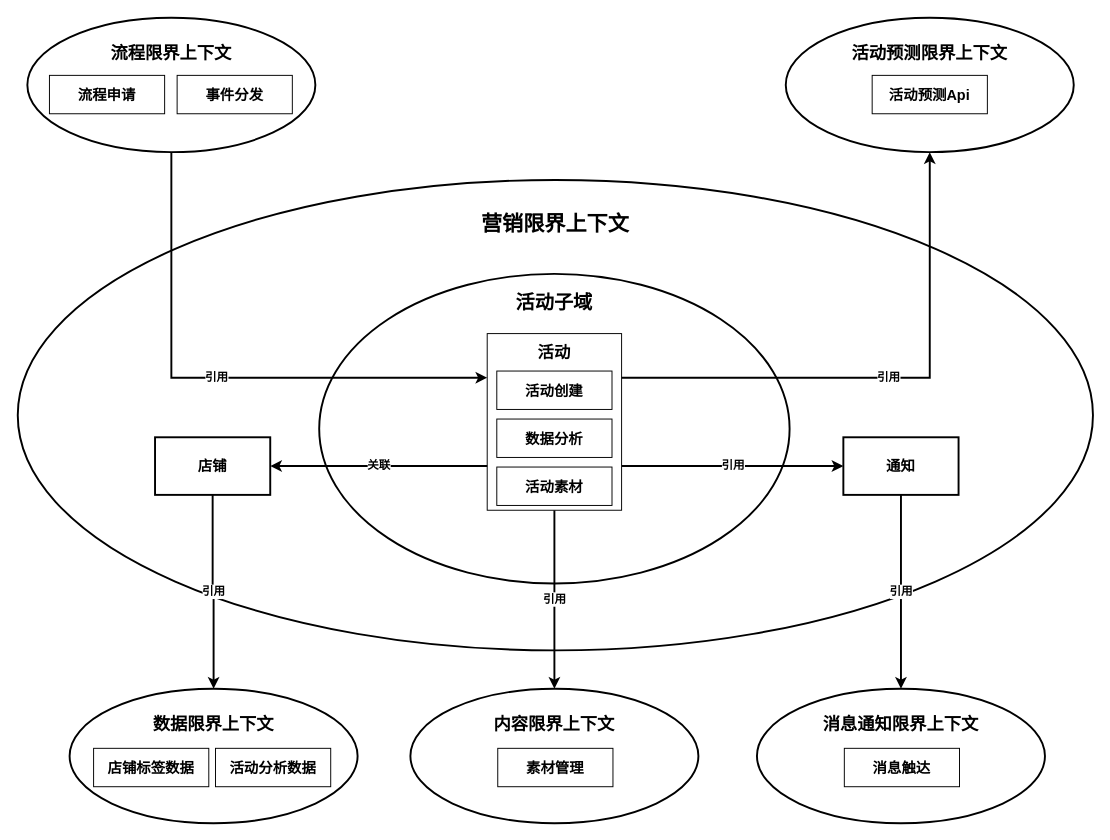
jackie-thank/beego-authz keeps this draw.io diagram as page "领域设计" (19 of 19) of Enterprise-Architecture.drawio. Above is the earlier version. Source tidied: cells renumbered, new cells numbered last; positions are measured from the earlier drawing's top-left corner, leaving out a move shared by most shapes. Both pictures are drawn from the tidied source at 96%, with x=0, y=0 at pixel (17, 17).
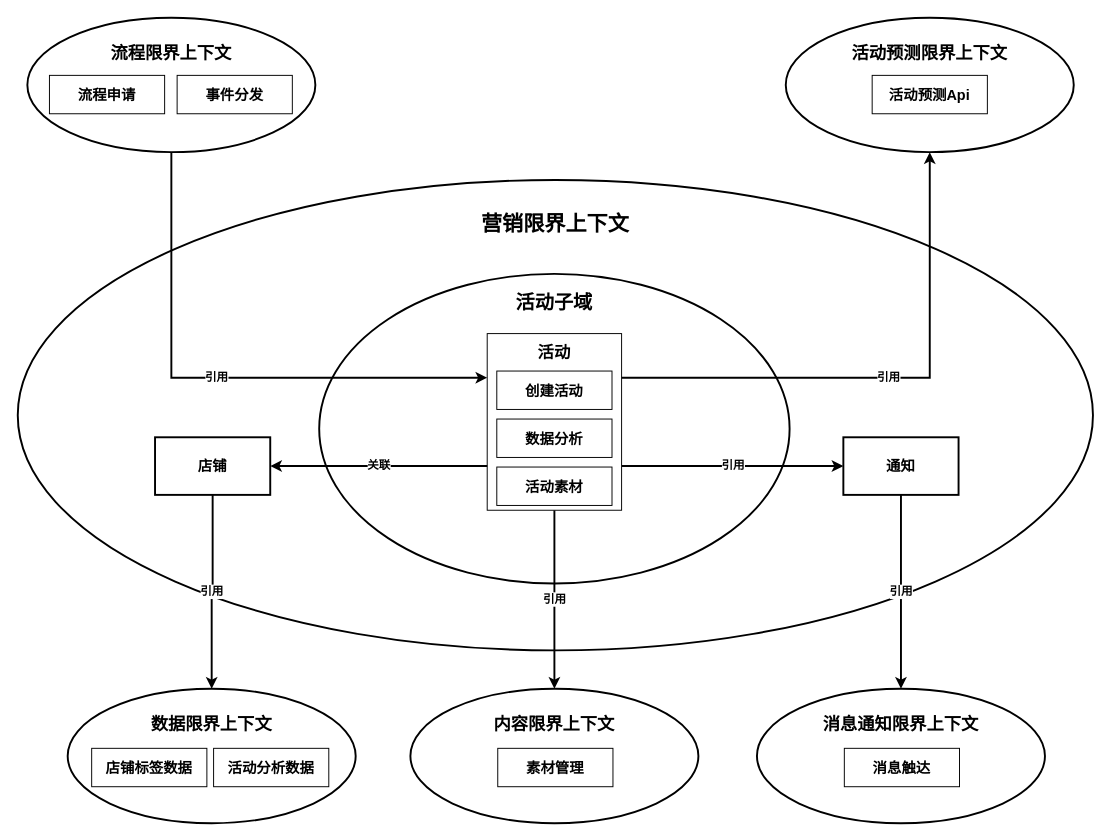
The same page after the edit.

Change to the diagram source:
```diff
@@
-    <mxCell id="16" value="活动创建" style="rounded=0;whiteSpace=wrap;html=1;fontStyle=1;fontSize=15;align=center;" parent="1" vertex="1">
+    <mxCell id="16" value="创建活动" style="rounded=0;whiteSpace=wrap;html=1;fontStyle=1;fontSize=15;align=center;" parent="1" vertex="1">
       <mxGeometry x="499" y="368" width="120" height="40" as="geometry" />
     </mxCell>
@@
     <mxCell id="19" value="&lt;div&gt;数据限界上下文&lt;/div&gt;&lt;div&gt;&lt;br&gt;&lt;/div&gt;&lt;div&gt;&lt;br&gt;&lt;/div&gt;&lt;div&gt;&lt;br&gt;&lt;/div&gt;" style="ellipse;whiteSpace=wrap;html=1;fontSize=18;fontStyle=1;strokeWidth=2;" parent="1" vertex="1">
-      <mxGeometry x="54" y="699" width="300" height="140" as="geometry" />
+      <mxGeometry x="52" y="699" width="300" height="140" as="geometry" />
     </mxCell>
     <mxCell id="20" value="活动分析数据" style="rounded=0;whiteSpace=wrap;html=1;fontStyle=1;fontSize=15;" parent="1" vertex="1">
-      <mxGeometry x="206" y="761" width="120" height="40" as="geometry" />
+      <mxGeometry x="204" y="761" width="120" height="40" as="geometry" />
     </mxCell>
@@
     <mxCell id="24" value="店铺标签数据" style="rounded=0;whiteSpace=wrap;html=1;fontStyle=1;fontSize=15;" parent="1" vertex="1">
-      <mxGeometry x="79" y="761" width="120" height="40" as="geometry" />
+      <mxGeometry x="77" y="761" width="120" height="40" as="geometry" />
     </mxCell>
```
